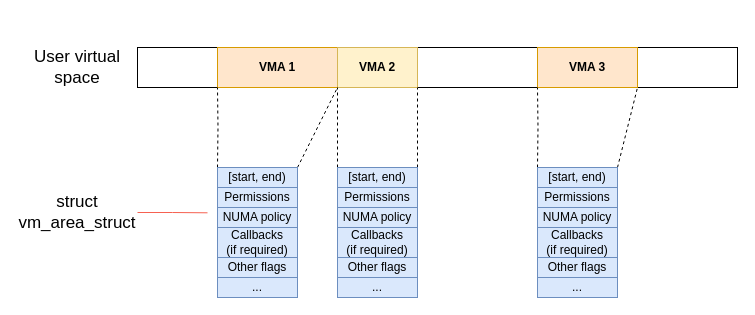
Earlier version of the draw.io diagram images/vma.drawio (GadeevDmitry/Bachelor-diploma). Source tidied: cells renumbered, new cells numbered last; positions are measured from the earlier drawing's top-left corner, leaving out a move shared by most shapes. Both pictures are drawn from the tidied source at 100%, with x=0, y=0 at pixel (17, 47).
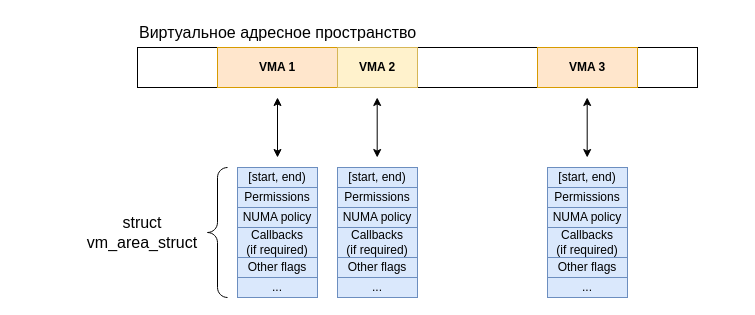
The same diagram, later.

The change refers to these unchanged cells:
```xml
<mxCell id="3" value="&lt;font&gt;&lt;b&gt;&lt;font&gt;VMA 1&lt;/font&gt;&lt;/b&gt;&lt;/font&gt;" style="rounded=0;whiteSpace=wrap;html=1;fillColor=#ffe6cc;strokeColor=#d79b00;" parent="1" vertex="1">
  <mxGeometry x="200" width="120" height="40" as="geometry" />
</mxCell>
<mxCell id="4" value="&lt;b&gt;VMA 2&lt;/b&gt;" style="rounded=0;whiteSpace=wrap;html=1;fillColor=#fff2cc;strokeColor=#d6b656;" parent="1" vertex="1">
  <mxGeometry x="320" width="80" height="40" as="geometry" />
</mxCell>
<mxCell id="5" value="&lt;b&gt;VMA 3&lt;/b&gt;" style="rounded=0;whiteSpace=wrap;html=1;fillColor=#ffe6cc;strokeColor=#d79b00;" parent="1" vertex="1">
  <mxGeometry x="520" width="100" height="40" as="geometry" />
</mxCell>
<mxCell id="16" value="[start, end)" style="rounded=0;whiteSpace=wrap;html=1;fillColor=#dae8fc;strokeColor=#6c8ebf;" parent="15" vertex="1">
  <mxGeometry width="80" height="20" as="geometry" />
</mxCell>
```

What changed in the source:
```diff
@@
-    <mxCell id="2" style="rounded=0;whiteSpace=wrap;html=1;" parent="1" vertex="1">
-      <mxGeometry x="120" width="600" height="40" as="geometry" />
+    <mxCell id="2" style="rounded=0;whiteSpace=wrap;html=1;fillColor=none;" parent="1" vertex="1">
+      <mxGeometry x="120" width="560" height="40" as="geometry" />
     </mxCell>
@@
-    <mxCell id="6" value="&lt;font style=&quot;font-size: 17px;&quot;&gt;User virtual space&lt;/font&gt;" style="text;html=1;whiteSpace=wrap;strokeColor=none;fillColor=none;align=center;verticalAlign=middle;rounded=0;" parent="1" vertex="1">
-      <mxGeometry y="5" width="120" height="30" as="geometry" />
+    <mxCell id="6" value="&lt;div align=&quot;left&quot;&gt;&lt;font style=&quot;font-size: 16px;&quot;&gt;Виртуальное адресное пространство&lt;/font&gt;&lt;/div&gt;" style="text;html=1;whiteSpace=wrap;strokeColor=none;fillColor=none;align=left;verticalAlign=middle;rounded=0;" parent="1" vertex="1">
+      <mxGeometry x="120" y="-30" width="280" height="30" as="geometry" />
     </mxCell>
-    <mxCell id="7" style="edgeStyle=orthogonalEdgeStyle;rounded=0;jettySize=auto;html=1;exitX=1;exitY=0.5;exitDx=0;exitDy=0;endArrow=none;endFill=0;fillColor=#f8cecc;strokeColor=light-dark(#f66151, #d7817e);" parent="1" edge="1" source="8">
-      <mxGeometry relative="1" as="geometry">
-        <mxPoint x="190" y="165.3" as="targetPoint" />
-      </mxGeometry>
-    </mxCell>
-    <mxCell id="8" value="&lt;font style=&quot;font-size: 17px;&quot;&gt;struct vm_area_struct&lt;/font&gt;" style="text;html=1;whiteSpace=wrap;strokeColor=none;fillColor=none;align=center;verticalAlign=middle;rounded=0;" parent="1" vertex="1">
-      <mxGeometry y="150" width="120" height="30" as="geometry" />
+    <mxCell id="8" value="&lt;div align=&quot;center&quot;&gt;&lt;font style=&quot;font-size: 16px;&quot;&gt;struct vm_area_struct&lt;/font&gt;&lt;/div&gt;" style="text;html=1;whiteSpace=wrap;strokeColor=none;fillColor=none;align=center;verticalAlign=middle;rounded=0;" parent="1" vertex="1">
+      <mxGeometry x="60" y="170" width="130" height="30" as="geometry" />
     </mxCell>
-    <mxCell id="9" style="edgeStyle=orthogonalEdgeStyle;rounded=0;jettySize=auto;html=1;exitX=0;exitY=0;exitDx=0;exitDy=0;entryX=0;entryY=1;entryDx=0;entryDy=0;endArrow=none;endFill=0;dashed=1;" parent="1" edge="1" target="3">
-      <mxGeometry relative="1" as="geometry">
-        <mxPoint x="200" y="120" as="sourcePoint" />
-      </mxGeometry>
-    </mxCell>
-    <mxCell id="10" style="rounded=0;jettySize=auto;html=1;exitX=1;exitY=0;exitDx=0;exitDy=0;entryX=1;entryY=1;entryDx=0;entryDy=0;endArrow=none;endFill=0;dashed=1;" parent="1" edge="1" target="3">
-      <mxGeometry relative="1" as="geometry">
-        <mxPoint x="280" y="120" as="sourcePoint" />
-      </mxGeometry>
-    </mxCell>
-    <mxCell id="11" style="edgeStyle=orthogonalEdgeStyle;rounded=0;jettySize=auto;html=1;exitX=0;exitY=0;exitDx=0;exitDy=0;entryX=1;entryY=1;entryDx=0;entryDy=0;dashed=1;strokeColor=default;align=center;verticalAlign=middle;fontFamily=Helvetica;fontSize=11;fontColor=default;labelBackgroundColor=default;endArrow=none;endFill=0;" parent="1" edge="1" source="16" target="3">
-      <mxGeometry relative="1" as="geometry" />
-    </mxCell>
-    <mxCell id="12" style="edgeStyle=orthogonalEdgeStyle;rounded=0;jettySize=auto;html=1;exitX=1;exitY=0;exitDx=0;exitDy=0;entryX=1;entryY=1;entryDx=0;entryDy=0;dashed=1;strokeColor=default;align=center;verticalAlign=middle;fontFamily=Helvetica;fontSize=11;fontColor=default;labelBackgroundColor=default;endArrow=none;endFill=0;" parent="1" edge="1" source="16" target="4">
-      <mxGeometry relative="1" as="geometry" />
-    </mxCell>
-    <mxCell id="13" style="edgeStyle=orthogonalEdgeStyle;rounded=0;jettySize=auto;html=1;exitX=0;exitY=0;exitDx=0;exitDy=0;entryX=0;entryY=1;entryDx=0;entryDy=0;dashed=1;strokeColor=default;align=center;verticalAlign=middle;fontFamily=Helvetica;fontSize=11;fontColor=default;labelBackgroundColor=default;endArrow=none;endFill=0;" parent="1" edge="1" target="5">
-      <mxGeometry relative="1" as="geometry">
-        <mxPoint x="520" y="120" as="sourcePoint" />
-      </mxGeometry>
-    </mxCell>
-    <mxCell id="14" style="rounded=0;jettySize=auto;html=1;exitX=1;exitY=0;exitDx=0;exitDy=0;entryX=1;entryY=1;entryDx=0;entryDy=0;dashed=1;strokeColor=default;align=center;verticalAlign=middle;fontFamily=Helvetica;fontSize=11;fontColor=default;labelBackgroundColor=default;endArrow=none;endFill=0;" parent="1" edge="1" target="5">
-      <mxGeometry relative="1" as="geometry">
-        <mxPoint x="600" y="120" as="sourcePoint" />
-      </mxGeometry>
-    </mxCell>
@@
     <mxCell id="22" style="group;" parent="1" vertex="1">
-      <mxGeometry x="200" y="120" width="80" height="130" as="geometry" />
+      <mxGeometry x="220" y="120" width="80" height="130" as="geometry" />
     </mxCell>
@@
     <mxCell id="29" style="group;" parent="1" vertex="1">
-      <mxGeometry x="520" y="120" width="80" height="130" as="geometry" />
+      <mxGeometry x="530" y="120" width="80" height="130" as="geometry" />
     </mxCell>
@@
+    <mxCell id="36" style="endArrow=classic;startArrow=classic;html=1;rounded=0;" parent="1" edge="1">
+      <mxGeometry relative="1" as="geometry">
+        <mxPoint x="260" y="110" as="sourcePoint" />
+        <mxPoint x="260" y="50" as="targetPoint" />
+      </mxGeometry>
+    </mxCell>
+    <mxCell id="37" style="endArrow=classic;startArrow=classic;html=1;rounded=0;" parent="1" edge="1">
+      <mxGeometry relative="1" as="geometry">
+        <mxPoint x="359.7" y="110" as="sourcePoint" />
+        <mxPoint x="359.7" y="50" as="targetPoint" />
+      </mxGeometry>
+    </mxCell>
+    <mxCell id="38" style="endArrow=classic;startArrow=classic;html=1;rounded=0;" parent="1" edge="1">
+      <mxGeometry relative="1" as="geometry">
+        <mxPoint x="569.7" y="110" as="sourcePoint" />
+        <mxPoint x="569.7" y="50" as="targetPoint" />
+      </mxGeometry>
+    </mxCell>
+    <mxCell id="39" style="labelPosition=right;align=left;strokeWidth=1;shape=mxgraph.mockup.markup.curlyBrace;html=1;shadow=0;dashed=0;strokeColor=light-dark(#000000, #6a6a6a);direction=north;fillColor=light-dark(#77767b, #ededed);" parent="1" vertex="1">
+      <mxGeometry x="190" y="120" width="20" height="130" as="geometry" />
+    </mxCell>
```
